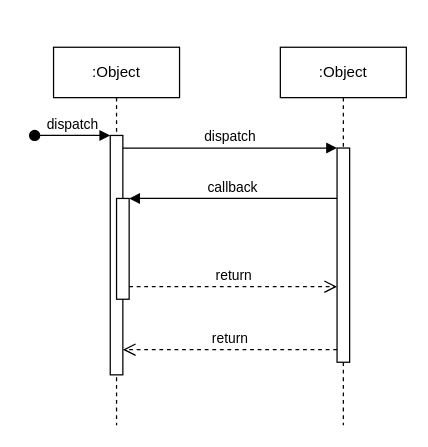
Above: 未命名绘图.drawio in lar0129/draw.io (draw.io), before the change. Source tidied: cells renumbered, new cells numbered last; positions are measured from the earlier drawing's top-left corner, leaving out a move shared by most shapes. Both pictures are drawn from the tidied source at 126%, with x=0, y=0 at pixel (34, 47).
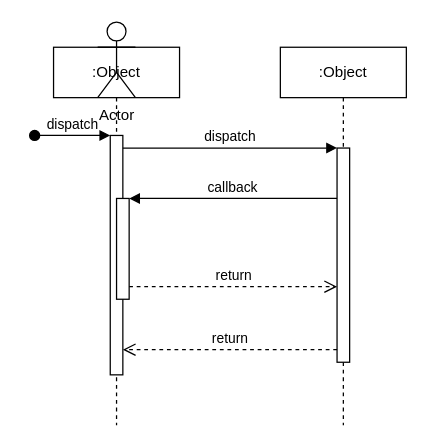
The same diagram, later.

Commit message:
更新未命名绘图.drawio

Change to the diagram source:
```diff
@@
 <mxGraphModel>
   <root>
     <mxCell id="0" />
     <mxCell id="1" parent="0" />
     <mxCell id="2" value=":Object" style="shape=umlLifeline;perimeter=lifelinePerimeter;whiteSpace=wrap;html=1;newEdgeStyle={&quot;edgeStyle&quot;:&quot;elbowEdgeStyle&quot;,&quot;elbow&quot;:&quot;vertical&quot;,&quot;curved&quot;:0,&quot;rounded&quot;:0};" parent="1" vertex="1">
       <mxGeometry x="15" width="100" height="300" as="geometry" />
     </mxCell>
     <mxCell id="3" style="html=1;points=[];perimeter=orthogonalPerimeter;outlineConnect=0;targetShapes=umlLifeline;portConstraint=eastwest;newEdgeStyle={&quot;edgeStyle&quot;:&quot;elbowEdgeStyle&quot;,&quot;elbow&quot;:&quot;vertical&quot;,&quot;curved&quot;:0,&quot;rounded&quot;:0};" parent="2" vertex="1">
       <mxGeometry x="45" y="70" width="10" height="190" as="geometry" />
     </mxCell>
     <mxCell id="4" value="dispatch" style="html=1;verticalAlign=bottom;startArrow=oval;endArrow=block;startSize=8;edgeStyle=elbowEdgeStyle;elbow=vertical;curved=0;rounded=0;" parent="2" edge="1" target="3">
       <mxGeometry relative="1" as="geometry">
         <mxPoint x="-15" y="70" as="sourcePoint" />
       </mxGeometry>
     </mxCell>
     <mxCell id="5" style="html=1;points=[];perimeter=orthogonalPerimeter;outlineConnect=0;targetShapes=umlLifeline;portConstraint=eastwest;newEdgeStyle={&quot;edgeStyle&quot;:&quot;elbowEdgeStyle&quot;,&quot;elbow&quot;:&quot;vertical&quot;,&quot;curved&quot;:0,&quot;rounded&quot;:0};" parent="2" vertex="1">
       <mxGeometry x="50" y="120" width="10" height="80" as="geometry" />
     </mxCell>
     <mxCell id="6" value=":Object" style="shape=umlLifeline;perimeter=lifelinePerimeter;whiteSpace=wrap;html=1;newEdgeStyle={&quot;edgeStyle&quot;:&quot;elbowEdgeStyle&quot;,&quot;elbow&quot;:&quot;vertical&quot;,&quot;curved&quot;:0,&quot;rounded&quot;:0};" parent="1" vertex="1">
       <mxGeometry x="195" width="100" height="300" as="geometry" />
     </mxCell>
     <mxCell id="7" style="html=1;points=[];perimeter=orthogonalPerimeter;outlineConnect=0;targetShapes=umlLifeline;portConstraint=eastwest;newEdgeStyle={&quot;edgeStyle&quot;:&quot;elbowEdgeStyle&quot;,&quot;elbow&quot;:&quot;vertical&quot;,&quot;curved&quot;:0,&quot;rounded&quot;:0};" parent="6" vertex="1">
       <mxGeometry x="45" y="80" width="10" height="170" as="geometry" />
     </mxCell>
     <mxCell id="8" value="dispatch" style="html=1;verticalAlign=bottom;endArrow=block;edgeStyle=elbowEdgeStyle;elbow=vertical;curved=0;rounded=0;" parent="1" edge="1" source="3" target="7">
       <mxGeometry relative="1" as="geometry">
         <Array as="points">
           <mxPoint x="155" y="80" />
         </Array>
       </mxGeometry>
     </mxCell>
     <mxCell id="9" value="return" style="html=1;verticalAlign=bottom;endArrow=open;dashed=1;endSize=8;edgeStyle=elbowEdgeStyle;elbow=vertical;curved=0;rounded=0;" parent="1" edge="1" source="7" target="3">
       <mxGeometry relative="1" as="geometry">
         <Array as="points">
           <mxPoint x="165" y="240" />
         </Array>
       </mxGeometry>
     </mxCell>
     <mxCell id="10" value="callback" style="html=1;verticalAlign=bottom;endArrow=block;edgeStyle=elbowEdgeStyle;elbow=vertical;curved=0;rounded=0;" parent="1" edge="1" source="7" target="5">
       <mxGeometry relative="1" as="geometry">
         <Array as="points">
           <mxPoint x="165" y="120" />
         </Array>
       </mxGeometry>
     </mxCell>
     <mxCell id="11" value="return" style="html=1;verticalAlign=bottom;endArrow=open;dashed=1;endSize=8;edgeStyle=elbowEdgeStyle;elbow=vertical;curved=0;rounded=0;" parent="1" edge="1" source="5" target="7">
       <mxGeometry relative="1" as="geometry">
         <Array as="points">
           <mxPoint x="155" y="190" />
         </Array>
       </mxGeometry>
     </mxCell>
+    <mxCell id="12" value="Actor" style="shape=umlActor;verticalLabelPosition=bottom;verticalAlign=top;html=1;" parent="1" vertex="1">
+      <mxGeometry x="50" y="-20" width="30" height="60" as="geometry" />
+    </mxCell>
   </root>
 </mxGraphModel>
```
